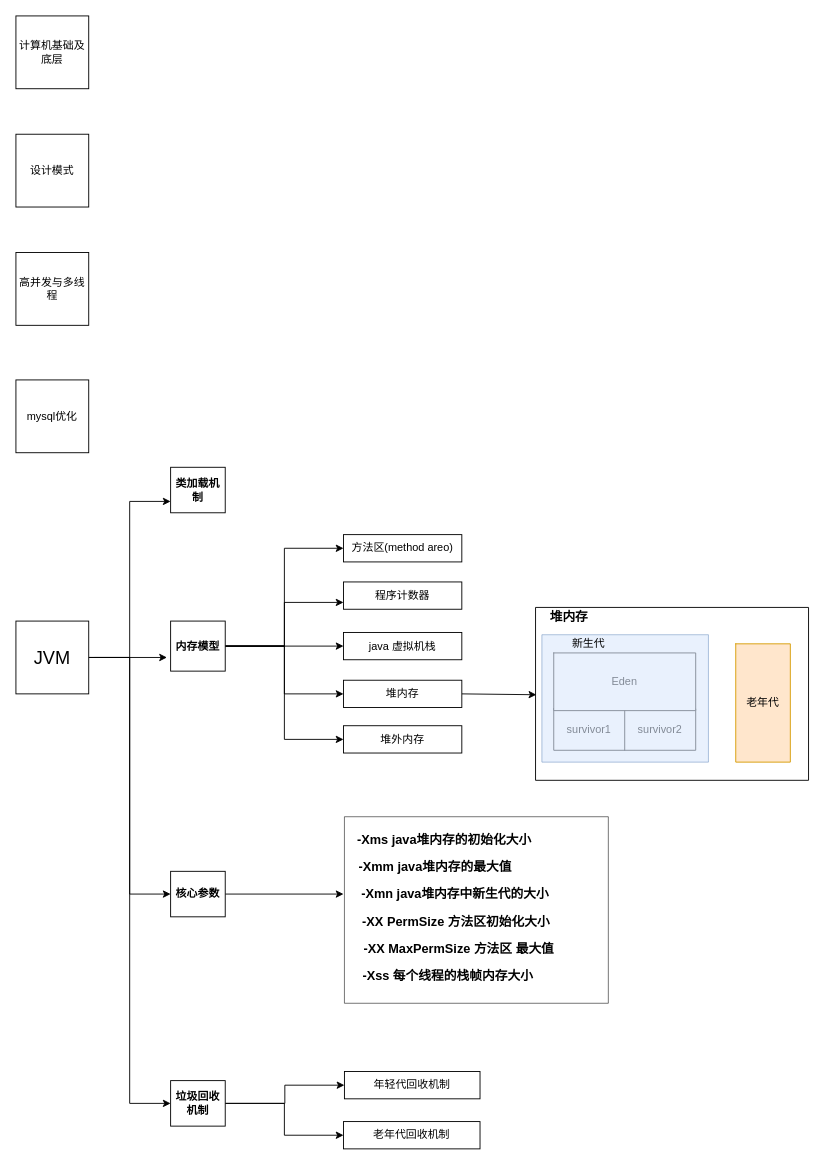
Above: 提纲.drawio in yuchunyi/test1 (draw.io), before the change. Source tidied: cells renumbered, new cells numbered last; positions are measured from the earlier drawing's top-left corner, leaving out a move shared by most shapes. Both pictures are drawn from the tidied source at 91%, with x=0, y=0 at pixel (15, 15).
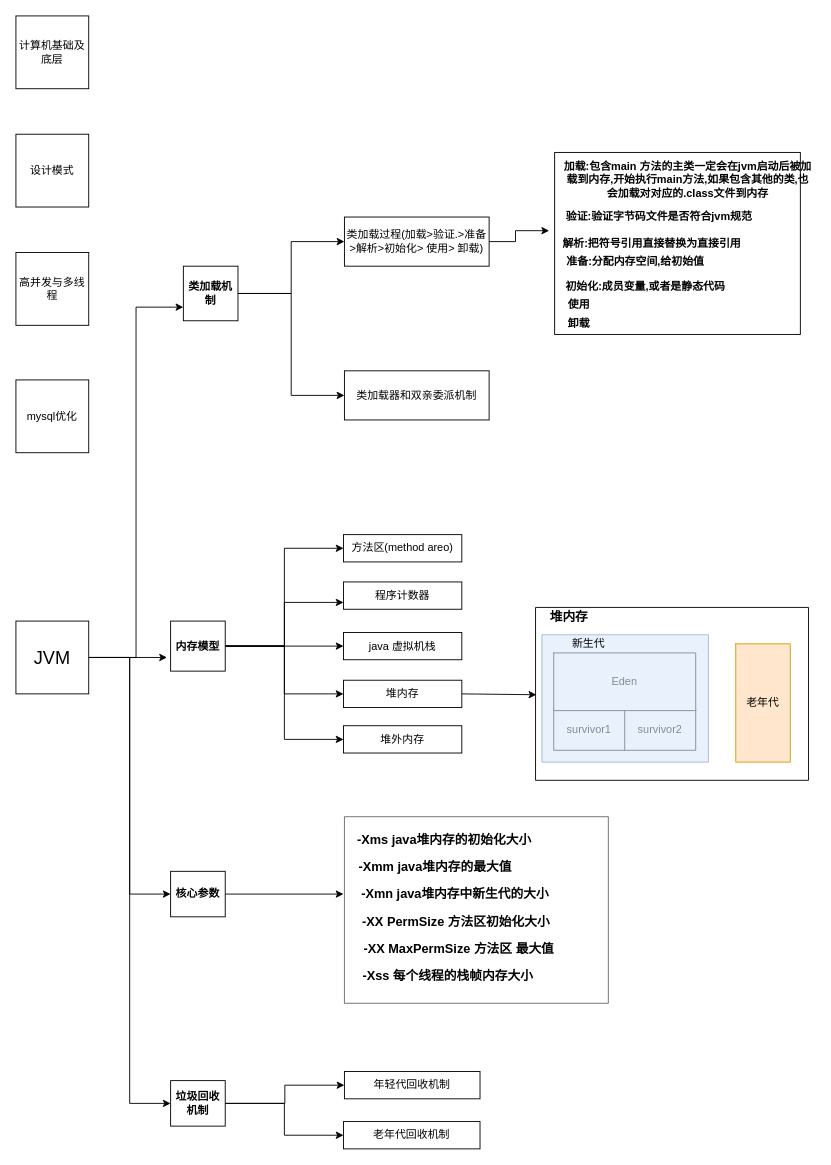
Above is the later version.

What changed in the source:
```diff
@@
+    <mxCell id="52" style="edgeStyle=orthogonalEdgeStyle;rounded=0;jettySize=auto;html=1;entryX=0;entryY=0.5;entryDx=0;entryDy=0;" parent="1" edge="1" source="27" target="55">
+      <mxGeometry relative="1" as="geometry" />
+    </mxCell>
+    <mxCell id="53" style="edgeStyle=orthogonalEdgeStyle;rounded=0;jettySize=auto;html=1;entryX=0;entryY=0.5;entryDx=0;entryDy=0;" parent="1" edge="1" source="27" target="64">
+      <mxGeometry relative="1" as="geometry" />
+    </mxCell>
     <mxCell id="27" value="&lt;b&gt;类加载机制&lt;/b&gt;" style="rounded=0;whiteSpace=wrap;html=1;" parent="1" vertex="1">
-      <mxGeometry x="170" y="496" width="60" height="50" as="geometry" />
+      <mxGeometry x="184" y="275" width="60" height="60" as="geometry" />
     </mxCell>
@@
+    <mxCell id="54" style="edgeStyle=orthogonalEdgeStyle;rounded=0;jettySize=auto;html=1;entryX=0.033;entryY=-0.2;entryDx=0;entryDy=0;entryPerimeter=0;" parent="1" edge="1" source="55" target="60">
+      <mxGeometry relative="1" as="geometry" />
+    </mxCell>
+    <mxCell id="55" value="类加载过程(加载&amp;gt;验证.&amp;gt;准备&amp;gt;解析&amp;gt;初始化&amp;gt; 使用&amp;gt; 卸载)" style="rounded=0;whiteSpace=wrap;html=1;" parent="1" vertex="1">
+      <mxGeometry x="361" y="221" width="159" height="54" as="geometry" />
+    </mxCell>
+    <mxCell id="56" style="rounded=0;whiteSpace=wrap;html=1;" parent="1" vertex="1">
+      <mxGeometry x="592" y="150" width="270" height="200" as="geometry" />
+    </mxCell>
+    <mxCell id="57" value="加载:包含main 方法的主类一定会在jvm启动后被加载到内存,开始执行main方法,如果包含其他的类,也会加载对对应的.class文件到内存" style="text;html=1;strokeColor=none;fillColor=none;align=center;verticalAlign=middle;whiteSpace=wrap;rounded=0;fontStyle=1;" parent="1" vertex="1">
+      <mxGeometry x="599" y="170" width="279" height="20" as="geometry" />
+    </mxCell>
+    <mxCell id="58" value="验证:验证字节码文件是否符合jvm规范" style="text;html=1;strokeColor=none;fillColor=none;align=center;verticalAlign=middle;whiteSpace=wrap;rounded=0;fontStyle=1;" parent="1" vertex="1">
+      <mxGeometry x="571" y="211" width="272" height="20" as="geometry" />
+    </mxCell>
+    <mxCell id="59" value="准备:分配内存空间,给初始值" style="text;html=1;strokeColor=none;fillColor=none;align=center;verticalAlign=middle;whiteSpace=wrap;rounded=0;fontStyle=1;" parent="1" vertex="1">
+      <mxGeometry x="586" y="260" width="190" height="20" as="geometry" />
+    </mxCell>
+    <mxCell id="60" value="解析:把符号引用直接替换为直接引用" style="text;html=1;strokeColor=none;fillColor=none;align=center;verticalAlign=middle;whiteSpace=wrap;rounded=0;fontStyle=1;" parent="1" vertex="1">
+      <mxGeometry x="578" y="240" width="242" height="20" as="geometry" />
+    </mxCell>
+    <mxCell id="61" value="初始化:成员变量,或者是静态代码" style="text;html=1;strokeColor=none;fillColor=none;align=center;verticalAlign=middle;whiteSpace=wrap;rounded=0;fontStyle=1;" parent="1" vertex="1">
+      <mxGeometry x="586" y="288" width="212" height="20" as="geometry" />
+    </mxCell>
+    <mxCell id="62" value="卸载" style="text;html=1;strokeColor=none;fillColor=none;align=center;verticalAlign=middle;whiteSpace=wrap;rounded=0;fontStyle=1;" parent="1" vertex="1">
+      <mxGeometry x="599" y="328" width="40" height="20" as="geometry" />
+    </mxCell>
+    <mxCell id="63" value="使用" style="text;html=1;strokeColor=none;fillColor=none;align=center;verticalAlign=middle;whiteSpace=wrap;rounded=0;fontStyle=1;" parent="1" vertex="1">
+      <mxGeometry x="599" y="308" width="40" height="20" as="geometry" />
+    </mxCell>
+    <mxCell id="64" value="类加载器和双亲委派机制" style="rounded=0;whiteSpace=wrap;html=1;" parent="1" vertex="1">
+      <mxGeometry x="361" y="390" width="159" height="54" as="geometry" />
+    </mxCell>
```
